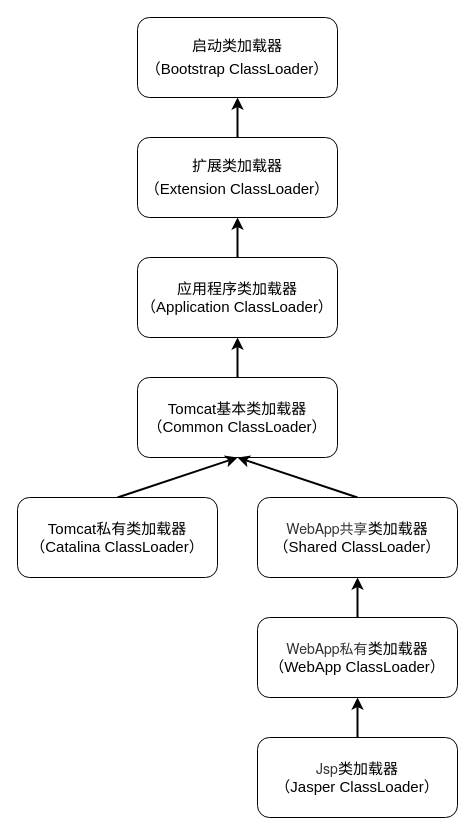
Before: Tomcat 类加载机制/Tomcat 类加载机制.drawio in zero-97/picture-of-the-article, a draw.io diagram. Source tidied: cells renumbered, new cells numbered last; positions are measured from the earlier drawing's top-left corner, leaving out a move shared by most shapes. Both pictures are drawn from the tidied source at 100%, with x=0, y=0 at pixel (17, 17).
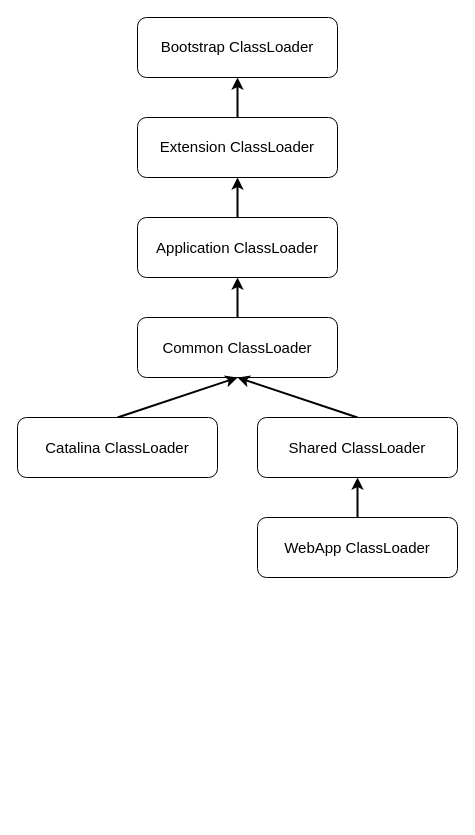
After the change.

Commit message (it also covers changes not shown here):
Update Tomcat 类加载机制.drawio

Diff of the diagram source:
```diff
@@
 <mxGraphModel>
   <root>
     <mxCell id="0" />
     <mxCell id="1" parent="0" />
     <mxCell id="2" style="edgeStyle=orthogonalEdgeStyle;rounded=0;jettySize=auto;html=1;strokeWidth=2;fontSize=15;" parent="1" edge="1" source="5" target="3">
       <mxGeometry relative="1" as="geometry" />
     </mxCell>
-    <mxCell id="3" value="&lt;p style=&quot;line-height: 1.5&quot;&gt;启动类加载器&lt;br style=&quot;font-size: 15px&quot;&gt;（Bootstrap ClassLoader）&lt;/p&gt;" style="rounded=1;whiteSpace=wrap;html=1;fontSize=15;" parent="1" vertex="1">
-      <mxGeometry x="120" width="200" height="80" as="geometry" />
+    <mxCell id="3" value="&lt;p style=&quot;line-height: 1.5&quot;&gt;Bootstrap ClassLoader&lt;/p&gt;" style="rounded=1;whiteSpace=wrap;html=1;fontSize=15;" parent="1" vertex="1">
+      <mxGeometry x="120" width="200" height="60" as="geometry" />
     </mxCell>
     <mxCell id="4" style="edgeStyle=orthogonalEdgeStyle;rounded=0;jettySize=auto;html=1;strokeWidth=2;fontSize=15;exitX=0.5;exitY=0;exitDx=0;exitDy=0;" parent="1" edge="1" source="6" target="5">
       <mxGeometry relative="1" as="geometry" />
     </mxCell>
-    <mxCell id="5" value="&lt;p style=&quot;line-height: 1.5&quot;&gt;扩展类加载器&lt;br style=&quot;font-size: 15px&quot;&gt;（Extension ClassLoader）&lt;/p&gt;" style="rounded=1;whiteSpace=wrap;html=1;fontSize=15;" parent="1" vertex="1">
-      <mxGeometry x="120" y="120" width="200" height="80" as="geometry" />
+    <mxCell id="5" value="&lt;p style=&quot;line-height: 1.5&quot;&gt;Extension ClassLoader&lt;/p&gt;" style="rounded=1;whiteSpace=wrap;html=1;fontSize=15;" parent="1" vertex="1">
+      <mxGeometry x="120" y="100" width="200" height="60" as="geometry" />
     </mxCell>
-    <mxCell id="6" value="应用程序类加载器&lt;br style=&quot;font-size: 15px;&quot;&gt;（Application ClassLoader）" style="rounded=1;whiteSpace=wrap;html=1;fontSize=15;" parent="1" vertex="1">
-      <mxGeometry x="120" y="240" width="200" height="80" as="geometry" />
+    <mxCell id="6" value="Application ClassLoader" style="rounded=1;whiteSpace=wrap;html=1;fontSize=15;" parent="1" vertex="1">
+      <mxGeometry x="120" y="200" width="200" height="60" as="geometry" />
     </mxCell>
     <mxCell id="7" style="edgeStyle=orthogonalEdgeStyle;rounded=0;jettySize=auto;html=1;strokeWidth=2;" parent="1" edge="1" source="8" target="6">
       <mxGeometry relative="1" as="geometry" />
     </mxCell>
-    <mxCell id="8" value="Tomcat基本类加载器&lt;br style=&quot;font-size: 15px&quot;&gt;（Common ClassLoader）" style="rounded=1;whiteSpace=wrap;html=1;fontSize=15;" parent="1" vertex="1">
-      <mxGeometry x="120" y="360" width="200" height="80" as="geometry" />
+    <mxCell id="8" value="Common ClassLoader" style="rounded=1;whiteSpace=wrap;html=1;fontSize=15;" parent="1" vertex="1">
+      <mxGeometry x="120" y="300" width="200" height="60" as="geometry" />
     </mxCell>
     <mxCell id="9" style="rounded=0;jettySize=auto;html=1;strokeWidth=2;entryX=0.5;entryY=1;entryDx=0;entryDy=0;exitX=0.5;exitY=0;exitDx=0;exitDy=0;" parent="1" edge="1" source="10" target="8">
       <mxGeometry relative="1" as="geometry" />
     </mxCell>
-    <mxCell id="10" value="Tomcat私有类加载器&lt;br style=&quot;font-size: 15px&quot;&gt;（Catalina ClassLoader）" style="rounded=1;whiteSpace=wrap;html=1;fontSize=15;" parent="1" vertex="1">
-      <mxGeometry y="480" width="200" height="80" as="geometry" />
+    <mxCell id="10" value="Catalina ClassLoader" style="rounded=1;whiteSpace=wrap;html=1;fontSize=15;" parent="1" vertex="1">
+      <mxGeometry y="400" width="200" height="60" as="geometry" />
     </mxCell>
     <mxCell id="11" style="edgeStyle=none;rounded=0;jettySize=auto;html=1;entryX=0.5;entryY=1;entryDx=0;entryDy=0;strokeWidth=2;exitX=0.5;exitY=0;exitDx=0;exitDy=0;" parent="1" edge="1" source="12" target="8">
       <mxGeometry relative="1" as="geometry" />
     </mxCell>
-    <mxCell id="12" value="&lt;span style=&quot;color: rgb(51 , 51 , 51) ; font-family: &amp;#34;pingfang sc&amp;#34; , &amp;#34;microsoft yahei&amp;#34; , &amp;#34;helvetica neue&amp;#34; , &amp;#34;helvetica&amp;#34; , &amp;#34;arial&amp;#34; , sans-serif ; font-size: 14px ; text-align: left ; background-color: rgb(255 , 255 , 255)&quot;&gt;WebApp共享&lt;/span&gt;类加载器&lt;br style=&quot;font-size: 15px&quot;&gt;（Shared ClassLoader）" style="rounded=1;whiteSpace=wrap;html=1;fontSize=15;" parent="1" vertex="1">
-      <mxGeometry x="240" y="480" width="200" height="80" as="geometry" />
+    <mxCell id="12" value="Shared ClassLoader" style="rounded=1;whiteSpace=wrap;html=1;fontSize=15;" parent="1" vertex="1">
+      <mxGeometry x="240" y="400" width="200" height="60" as="geometry" />
     </mxCell>
     <mxCell id="13" style="edgeStyle=none;rounded=0;jettySize=auto;html=1;entryX=0.5;entryY=1;entryDx=0;entryDy=0;strokeWidth=2;" parent="1" edge="1" source="14" target="12">
       <mxGeometry relative="1" as="geometry" />
     </mxCell>
-    <mxCell id="14" value="&lt;span style=&quot;color: rgb(51 , 51 , 51) ; font-family: &amp;#34;pingfang sc&amp;#34; , &amp;#34;microsoft yahei&amp;#34; , &amp;#34;helvetica neue&amp;#34; , &amp;#34;helvetica&amp;#34; , &amp;#34;arial&amp;#34; , sans-serif ; font-size: 14px ; text-align: left ; background-color: rgb(255 , 255 , 255)&quot;&gt;WebApp私有&lt;/span&gt;类加载器&lt;br style=&quot;font-size: 15px&quot;&gt;（WebApp ClassLoader）" style="rounded=1;whiteSpace=wrap;html=1;fontSize=15;" parent="1" vertex="1">
-      <mxGeometry x="240" y="600" width="200" height="80" as="geometry" />
+    <mxCell id="14" value="WebApp ClassLoader" style="rounded=1;whiteSpace=wrap;html=1;fontSize=15;" parent="1" vertex="1">
+      <mxGeometry x="240" y="500" width="200" height="60" as="geometry" />
     </mxCell>
-    <mxCell id="15" style="edgeStyle=none;rounded=0;jettySize=auto;html=1;strokeWidth=2;" parent="1" edge="1" source="16" target="14">
-      <mxGeometry relative="1" as="geometry" />
-    </mxCell>
-    <mxCell id="16" value="&lt;span style=&quot;color: rgb(51 , 51 , 51) ; font-family: &amp;#34;pingfang sc&amp;#34; , &amp;#34;microsoft yahei&amp;#34; , &amp;#34;helvetica neue&amp;#34; , &amp;#34;helvetica&amp;#34; , &amp;#34;arial&amp;#34; , sans-serif ; font-size: 14px ; text-align: left ; background-color: rgb(255 , 255 , 255)&quot;&gt;Jsp&lt;/span&gt;类加载器&lt;br style=&quot;font-size: 15px&quot;&gt;（Jasper ClassLoader）" style="rounded=1;whiteSpace=wrap;html=1;fontSize=15;" parent="1" vertex="1">
-      <mxGeometry x="240" y="720" width="200" height="80" as="geometry" />
-    </mxCell>
   </root>
 </mxGraphModel>
```
